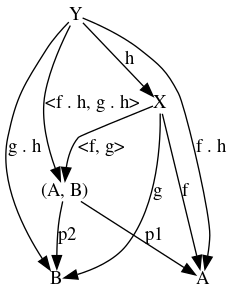
Earlier version of the Graphviz export assets/ctp.png (siiky/siiky.github.io). Its source is kept beside it as assets/ctp.gv. Its diagram source:
```dot
digraph C
{
    graph [layout=dot rankdir=TB bgcolor="#00000000"];

    "(A, B)" [shape=plain];
    A [shape=plain];
    B [shape=plain];
    X [shape=plain];
    Y [shape=plain];

    Y -> X [label=h];
    Y -> A [label="f . h"];
    Y -> B [label="g . h"];
    Y -> "(A, B)" [label="<f . h, g . h>"];
    X -> A [label=f];
    X -> B [label=g];
    X -> "(A, B)" [label="<f, g>"];
    "(A, B)" -> A [label=p1];
    "(A, B)" -> B [label=p2];
}
```
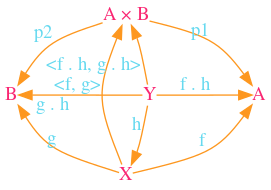
Later version of the same file.

Change to the diagram source:
```diff
@@ -1,20 +1,19 @@
 digraph C
 {
-    graph [layout=dot rankdir=TB bgcolor="#00000000"];
+    graph [layout=sfdp rankdir=TB bgcolor="#00000000" splines="curved"];
+    "A × B" [fontcolor="#F92672" shape=plain];
+    A       [fontcolor="#F92672" shape=plain];
+    B       [fontcolor="#F92672" shape=plain];
+    X       [fontcolor="#F92672" shape=plain];
+    Y       [fontcolor="#F92672" shape=plain];
 
-    "(A, B)" [shape=plain];
-    A [shape=plain];
-    B [shape=plain];
-    X [shape=plain];
-    Y [shape=plain];
-
-    Y -> X [label=h];
-    Y -> A [label="f . h"];
-    Y -> B [label="g . h"];
-    Y -> "(A, B)" [label="<f . h, g . h>"];
-    X -> A [label=f];
-    X -> B [label=g];
-    X -> "(A, B)" [label="<f, g>"];
-    "(A, B)" -> A [label=p1];
-    "(A, B)" -> B [label=p2];
+    X -> A       [fontcolor="#66D9EF" color="#FD971F" label=f];
+    X -> "A × B" [fontcolor="#66D9EF" color="#FD971F" label="<f, g>"];
+    X -> B       [fontcolor="#66D9EF" color="#FD971F" label=g];
+    "A × B" -> A [fontcolor="#66D9EF" color="#FD971F" label=p1];
+    "A × B" -> B [fontcolor="#66D9EF" color="#FD971F" label=p2];
+    Y -> A       [fontcolor="#66D9EF" color="#FD971F" label="f . h"];
+    Y -> X       [fontcolor="#66D9EF" color="#FD971F" label=h];
+    Y -> B       [fontcolor="#66D9EF" color="#FD971F" label="g . h"];
+    Y -> "A × B" [fontcolor="#66D9EF" color="#FD971F" label="<f . h, g . h>"];
 }
```
